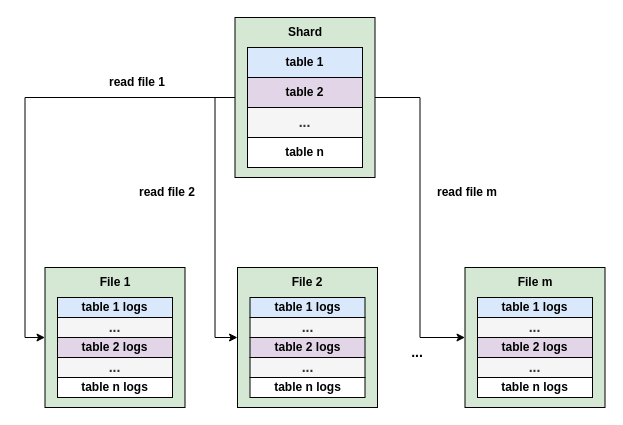
Above: rocksshard.drawio in Rachelint/drawio-store (draw.io), before the change. Source tidied: cells renumbered, new cells numbered last; positions are measured from the earlier drawing's top-left corner, leaving out a move shared by most shapes. Both pictures are drawn from the tidied source at 100%, with x=0, y=0 at pixel (45, 17).
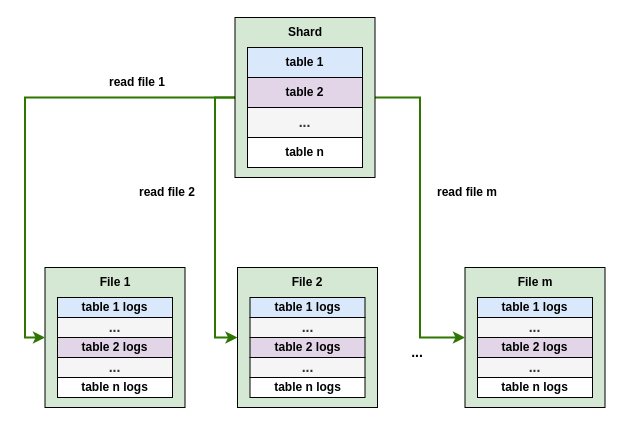
After the change.

The change refers to these unchanged cells:
```xml
<mxCell id="2" style="rounded=0;whiteSpace=wrap;html=1;fillColor=#d5e8d4;strokeColor=#000000;fontStyle=1;" parent="1" vertex="1">
  <mxGeometry x="419.5" y="250" width="140" height="140" as="geometry" />
</mxCell>
<mxCell id="3" style="rounded=0;whiteSpace=wrap;html=1;fillColor=#d5e8d4;strokeColor=#000000;fontStyle=1;" parent="1" vertex="1">
  <mxGeometry x="192" y="250" width="140" height="140" as="geometry" />
</mxCell>
<mxCell id="4" style="rounded=0;whiteSpace=wrap;html=1;fillColor=#d5e8d4;strokeColor=#000000;fontStyle=1;" parent="1" vertex="1">
  <mxGeometry x="-0.5" y="250" width="140" height="140" as="geometry" />
</mxCell>
<mxCell id="8" style="rounded=0;whiteSpace=wrap;html=1;fillColor=#d5e8d4;strokeColor=#000000;fontStyle=1;" parent="1" vertex="1">
  <mxGeometry x="189.5" width="140" height="160" as="geometry" />
</mxCell>
```

The edit, as a diff of the source:
```diff
@@
-    <mxCell id="5" style="edgeStyle=orthogonalEdgeStyle;rounded=0;jettySize=auto;html=1;exitX=0;exitY=0.5;exitDx=0;exitDy=0;entryX=0;entryY=0.5;entryDx=0;entryDy=0;fontStyle=1;" parent="1" edge="1" source="8" target="4">
+    <mxCell id="5" style="edgeStyle=orthogonalEdgeStyle;rounded=0;jettySize=auto;html=1;exitX=0;exitY=0.5;exitDx=0;exitDy=0;entryX=0;entryY=0.5;entryDx=0;entryDy=0;fontStyle=1;fillColor=#60a917;strokeColor=#2D7600;strokeWidth=2;" parent="1" edge="1" source="8" target="4">
       <mxGeometry relative="1" as="geometry" />
     </mxCell>
-    <mxCell id="6" style="edgeStyle=orthogonalEdgeStyle;rounded=0;jettySize=auto;html=1;exitX=0;exitY=0.5;exitDx=0;exitDy=0;entryX=0;entryY=0.5;entryDx=0;entryDy=0;fontStyle=1;" parent="1" edge="1" source="8" target="3">
+    <mxCell id="6" style="edgeStyle=orthogonalEdgeStyle;rounded=0;jettySize=auto;html=1;exitX=0;exitY=0.5;exitDx=0;exitDy=0;entryX=0;entryY=0.5;entryDx=0;entryDy=0;fontStyle=1;fillColor=#60a917;strokeColor=#2D7600;strokeWidth=2;" parent="1" edge="1" source="8" target="3">
       <mxGeometry relative="1" as="geometry" />
     </mxCell>
-    <mxCell id="7" style="edgeStyle=orthogonalEdgeStyle;rounded=0;jettySize=auto;html=1;exitX=1;exitY=0.5;exitDx=0;exitDy=0;entryX=0;entryY=0.5;entryDx=0;entryDy=0;fontStyle=1;" parent="1" edge="1" source="8" target="2">
+    <mxCell id="7" style="edgeStyle=orthogonalEdgeStyle;rounded=0;jettySize=auto;html=1;exitX=1;exitY=0.5;exitDx=0;exitDy=0;entryX=0;entryY=0.5;entryDx=0;entryDy=0;fontStyle=1;fillColor=#60a917;strokeColor=#2D7600;strokeWidth=2;" parent="1" edge="1" source="8" target="2">
       <mxGeometry relative="1" as="geometry" />
     </mxCell>
```
